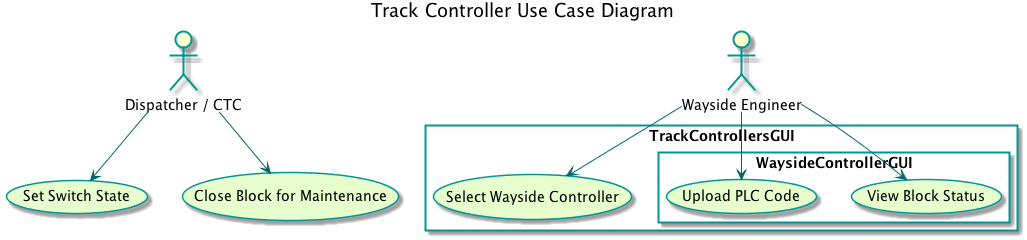
kevingilboy/COE1186 keeps this PlantUML diagram as TrainSystem/yUML/Usecase Diagrams/TrackControllerUseCaseDiagram.png. Above is the earlier version.
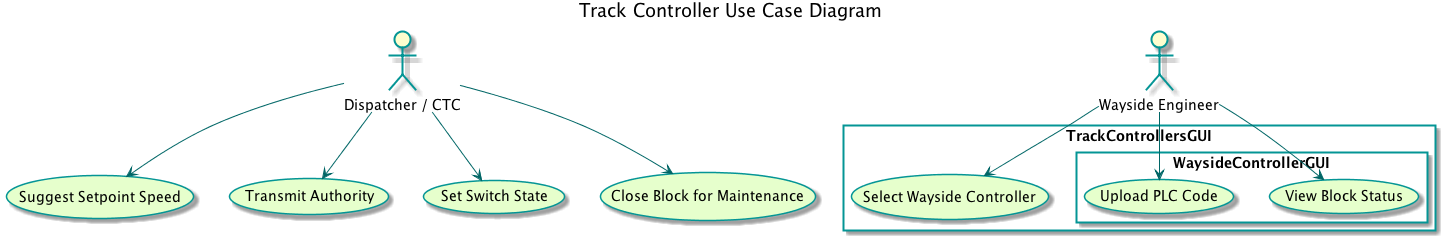
The same file after the commit.

Commit message:
Updated track controller use case diagram

What changed in the source:
```diff
@@ -21,6 +21,8 @@
 we --> (Select Wayside Controller)
 we --> (View Block Status)
 we --> (Upload PLC Code)
+d --> (Suggest Setpoint Speed)
+d --> (Transmit Authority)
 d --> (Set Switch State)
 d --> (Close Block for Maintenance)
 
```
